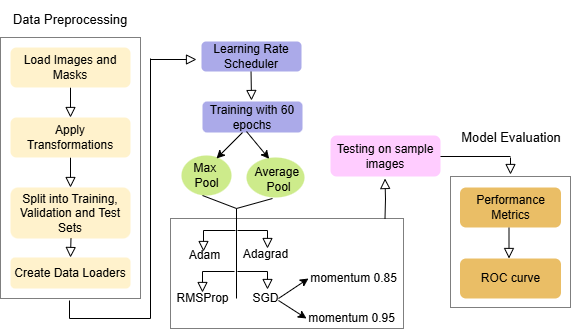
palpratik56/MASET-Net keeps this draw.io diagram as flow chart.png. Above is the earlier version. Source tidied: cells renumbered, new cells last; positions are measured from the earlier drawing's top-left corner, leaving out a move shared by most shapes.
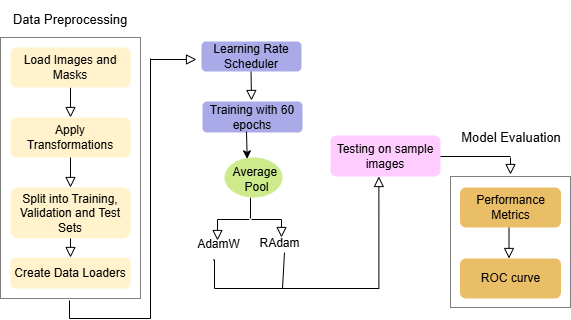
The same diagram one commit later.

What changed in the source:
```diff
@@ -2,12 +2,6 @@
   <root>
     <mxCell id="0" />
     <mxCell id="1" parent="0" />
-    <mxCell id="2" style="rounded=0;whiteSpace=wrap;html=1;fillColor=none;dashed=1;dashPattern=1 1;" parent="1" vertex="1">
-      <mxGeometry x="170" y="218" width="233" height="110" as="geometry" />
-    </mxCell>
-    <mxCell id="3" style="ellipse;whiteSpace=wrap;html=1;fillColor=#cdeb8b;strokeColor=none;" parent="1" vertex="1">
-      <mxGeometry x="181" y="155" width="50" height="40" as="geometry" />
-    </mxCell>
     <mxCell id="4" style="rounded=0;whiteSpace=wrap;html=1;fillColor=none;dashed=1;dashPattern=1 1;" parent="1" vertex="1">
       <mxGeometry y="37" width="140" height="261" as="geometry" />
     </mxCell>
@@ -79,96 +73,36 @@
     <mxCell id="22" style="edgeStyle=orthogonalEdgeStyle;rounded=0;orthogonalLoop=1;jettySize=auto;html=1;exitX=0.5;exitY=1;exitDx=0;exitDy=0;entryX=0.455;entryY=0.732;entryDx=0;entryDy=0;entryPerimeter=0;strokeColor=none;" parent="1" edge="1" source="21" target="21">
       <mxGeometry relative="1" as="geometry" />
     </mxCell>
-    <mxCell id="23" style="endArrow=classic;html=1;rounded=0;" parent="1" edge="1">
-      <mxGeometry relative="1" as="geometry">
-        <mxPoint x="242" y="132" as="sourcePoint" />
-        <mxPoint x="216" y="158" as="targetPoint" />
-      </mxGeometry>
-    </mxCell>
-    <mxCell id="24" value="Max&amp;nbsp;&lt;div&gt;Pool&lt;/div&gt;" style="text;html=1;align=center;verticalAlign=middle;strokeColor=none;fillColor=none;" parent="1" vertex="1">
-      <mxGeometry x="181" y="155" width="50" height="40" as="geometry" />
-    </mxCell>
     <mxCell id="25" style="ellipse;whiteSpace=wrap;html=1;fillColor=#cdeb8b;strokeColor=none;" parent="1" vertex="1">
-      <mxGeometry x="246" y="157" width="58" height="40" as="geometry" />
+      <mxGeometry x="224" y="157" width="58" height="40" as="geometry" />
     </mxCell>
     <mxCell id="26" value="Average&amp;nbsp;&lt;div&gt;Pool&lt;/div&gt;" style="text;html=1;align=center;verticalAlign=middle;strokeColor=none;fillColor=none;" parent="1" vertex="1">
-      <mxGeometry x="243" y="159" width="70" height="40" as="geometry" />
+      <mxGeometry x="221" y="159" width="70" height="40" as="geometry" />
     </mxCell>
     <mxCell id="27" style="endArrow=classic;html=1;rounded=0;entryX=0.391;entryY=0.034;entryDx=0;entryDy=0;entryPerimeter=0;exitX=0.44;exitY=0.968;exitDx=0;exitDy=0;exitPerimeter=0;" parent="1" edge="1" source="15" target="25">
       <mxGeometry relative="1" as="geometry" />
     </mxCell>
-    <mxCell id="28" style="endArrow=none;html=1;rounded=0;" parent="1" edge="1">
-      <mxGeometry relative="1" as="geometry">
-        <mxPoint x="236" y="208" as="sourcePoint" />
-        <mxPoint x="202" y="195" as="targetPoint" />
-      </mxGeometry>
-    </mxCell>
-    <mxCell id="29" style="endArrow=none;html=1;rounded=0;" parent="1" edge="1">
-      <mxGeometry relative="1" as="geometry">
-        <mxPoint x="236" y="208" as="sourcePoint" />
-        <mxPoint x="272" y="198" as="targetPoint" />
-      </mxGeometry>
-    </mxCell>
     <mxCell id="30" style="endArrow=none;html=1;rounded=0;" parent="1" edge="1">
       <mxGeometry relative="1" as="geometry">
-        <mxPoint x="236" y="208" as="sourcePoint" />
-        <mxPoint x="236" y="298" as="targetPoint" />
+        <mxPoint x="250" y="197" as="sourcePoint" />
+        <mxPoint x="250" y="218" as="targetPoint" />
       </mxGeometry>
     </mxCell>
     <mxCell id="31" style="rounded=0;html=1;jettySize=auto;orthogonalLoop=1;fontSize=11;endArrow=block;endFill=0;endSize=8;strokeWidth=1;shadow=0;labelBackgroundColor=none;edgeStyle=orthogonalEdgeStyle;" parent="1" edge="1">
       <mxGeometry y="20" relative="1" as="geometry">
-        <mxPoint x="237" y="230" as="sourcePoint" />
-        <mxPoint x="267" y="248" as="targetPoint" />
+        <mxPoint x="251" y="219" as="sourcePoint" />
+        <mxPoint x="281" y="237" as="targetPoint" />
       </mxGeometry>
     </mxCell>
-    <mxCell id="32" style="rounded=0;html=1;jettySize=auto;orthogonalLoop=1;fontSize=11;endArrow=block;endFill=0;endSize=8;strokeWidth=1;shadow=0;labelBackgroundColor=none;edgeStyle=orthogonalEdgeStyle;" parent="1" edge="1">
-      <mxGeometry y="20" relative="1" as="geometry">
-        <mxPoint x="237" y="271" as="sourcePoint" />
-        <mxPoint x="267" y="289" as="targetPoint" />
-      </mxGeometry>
-    </mxCell>
-    <mxCell id="33" style="rounded=0;html=1;jettySize=auto;orthogonalLoop=1;fontSize=11;endArrow=block;endFill=0;endSize=8;strokeWidth=1;shadow=0;labelBackgroundColor=none;edgeStyle=orthogonalEdgeStyle;" parent="1" edge="1">
-      <mxGeometry y="20" relative="1" as="geometry">
-        <mxPoint x="234" y="271" as="sourcePoint" />
-        <mxPoint x="202" y="292" as="targetPoint" />
-      </mxGeometry>
-    </mxCell>
     <mxCell id="34" style="rounded=0;html=1;jettySize=auto;orthogonalLoop=1;fontSize=11;endArrow=block;endFill=0;endSize=8;strokeWidth=1;shadow=0;labelBackgroundColor=none;edgeStyle=orthogonalEdgeStyle;" parent="1" edge="1">
       <mxGeometry y="20" relative="1" as="geometry">
-        <mxPoint x="235" y="230" as="sourcePoint" />
-        <mxPoint x="203" y="251" as="targetPoint" />
+        <mxPoint x="249" y="219" as="sourcePoint" />
+        <mxPoint x="217" y="240" as="targetPoint" />
       </mxGeometry>
     </mxCell>
-    <mxCell id="35" value="Adam" style="text;html=1;align=center;verticalAlign=middle;points=[];strokeColor=none;fillColor=none;" parent="1" vertex="1">
-      <mxGeometry x="179" y="240" width="50" height="30" as="geometry" />
+    <mxCell id="35" value="AdamW" style="text;html=1;align=center;verticalAlign=middle;points=[];strokeColor=none;fillColor=none;" parent="1" vertex="1">
+      <mxGeometry x="183" y="229" width="70" height="30" as="geometry" />
     </mxCell>
-    <mxCell id="36" value="Adagrad" style="text;html=1;align=center;verticalAlign=middle;strokeColor=none;fillColor=none;" parent="1" vertex="1">
-      <mxGeometry x="230" y="239" width="70" height="30" as="geometry" />
-    </mxCell>
-    <mxCell id="37" value="RMSProp" style="text;html=1;align=center;verticalAlign=middle;strokeColor=none;fillColor=none;" parent="1" vertex="1">
-      <mxGeometry x="162" y="283" width="80" height="30" as="geometry" />
-    </mxCell>
-    <mxCell id="38" value="SGD" style="text;html=1;align=center;verticalAlign=middle;strokeColor=none;fillColor=none;" parent="1" vertex="1">
-      <mxGeometry x="240" y="283" width="50" height="30" as="geometry" />
-    </mxCell>
-    <mxCell id="39" style="endArrow=classic;html=1;rounded=0;" parent="1" edge="1">
-      <mxGeometry relative="1" as="geometry">
-        <mxPoint x="278" y="298" as="sourcePoint" />
-        <mxPoint x="308" y="278" as="targetPoint" />
-      </mxGeometry>
-    </mxCell>
-    <mxCell id="40" style="endArrow=classic;html=1;rounded=0;" parent="1" edge="1">
-      <mxGeometry relative="1" as="geometry">
-        <mxPoint x="278" y="300" as="sourcePoint" />
-        <mxPoint x="306" y="318" as="targetPoint" />
-      </mxGeometry>
-    </mxCell>
-    <mxCell id="41" value="momentum&amp;nbsp;&lt;span style=&quot;color: rgba(0, 0, 0, 0); font-family: monospace; font-size: 0px; text-align: start;&quot;&gt;%3CmxGraphModel%3E%3Croot%3E%3CmxCell%20id%3D%220%22%2F%3E%3CmxCell%20id%3D%221%22%20parent%3D%220%22%2F%3E%3CmxCell%20id%3D%222%22%20value%3D%22%22%20style%3D%22endArrow%3Dclassic%3Bhtml%3D1%3Brounded%3D0%3B%22%20edge%3D%221%22%20parent%3D%221%22%3E%3CmxGeometry%20width%3D%2250%22%20height%3D%2250%22%20relative%3D%221%22%20as%3D%22geometry%22%3E%3CmxPoint%20x%3D%22292%22%20y%3D%22300%22%20as%3D%22sourcePoint%22%2F%3E%3CmxPoint%20x%3D%22322%22%20y%3D%22280%22%20as%3D%22targetPoint%22%2F%3E%3C%2FmxGeometry%3E%3C%2FmxCell%3E%3C%2Froot%3E%3C%2FmxGraphModel%3E&lt;/span&gt;0.85" style="text;html=1;align=center;verticalAlign=middle;strokeColor=none;fillColor=none;" parent="1" vertex="1">
-      <mxGeometry x="298" y="263" width="110" height="30" as="geometry" />
-    </mxCell>
-    <mxCell id="42" value="momentum&amp;nbsp;&lt;span style=&quot;color: rgba(0, 0, 0, 0); font-family: monospace; font-size: 0px; text-align: start;&quot;&gt;%3CmxGraphModel%3E%3Croot%3E%3CmxCell%20id%3D%220%22%2F%3E%3CmxCell%20id%3D%221%22%20parent%3D%220%22%2F%3E%3CmxCell%20id%3D%222%22%20value%3D%22%22%20style%3D%22endArrow%3Dclassic%3Bhtml%3D1%3Brounded%3D0%3B%22%20edge%3D%221%22%20parent%3D%221%22%3E%3CmxGeometry%20width%3D%2250%22%20height%3D%2250%22%20relative%3D%221%22%20as%3D%22geometry%22%3E%3CmxPoint%20x%3D%22292%22%20y%3D%22300%22%20as%3D%22sourcePoint%22%2F%3E%3CmxPoint%20x%3D%22322%22%20y%3D%22280%22%20as%3D%22targetPoint%22%2F%3E%3C%2FmxGeometry%3E%3C%2FmxCell%3E%3C%2Froot%3E%3C%2FmxGraphModel%3E&lt;/span&gt;0.95" style="text;html=1;align=center;verticalAlign=middle;strokeColor=none;fillColor=none;" parent="1" vertex="1">
-      <mxGeometry x="296" y="303" width="110" height="30" as="geometry" />
-    </mxCell>
     <mxCell id="43" style="endArrow=none;html=1;rounded=0;" parent="1" edge="1">
       <mxGeometry relative="1" as="geometry">
         <mxPoint x="150" y="58" as="sourcePoint" />
@@ -185,10 +119,13 @@
         <mxPoint x="196" y="59" as="targetPoint" />
       </mxGeometry>
     </mxCell>
-    <mxCell id="45" style="rounded=0;html=1;jettySize=auto;orthogonalLoop=1;fontSize=11;endArrow=block;endFill=0;endSize=8;strokeWidth=1;shadow=0;labelBackgroundColor=none;edgeStyle=orthogonalEdgeStyle;" parent="1" edge="1">
+    <mxCell id="45" style="rounded=0;html=1;jettySize=auto;fontSize=11;endArrow=block;endFill=0;endSize=8;strokeWidth=1;shadow=0;labelBackgroundColor=none;edgeStyle=orthogonalEdgeStyle;exitX=0.423;exitY=1.015;exitDx=0;exitDy=0;exitPerimeter=0;" parent="1" edge="1" source="35">
       <mxGeometry x="0.33" y="20" relative="1" as="geometry">
-        <mxPoint x="384.5" y="218" as="sourcePoint" />
-        <mxPoint x="384.5" y="178" as="targetPoint" />
+        <mxPoint x="378.4" y="176" as="targetPoint" />
+        <Array as="points">
+          <mxPoint x="214" y="288" />
+          <mxPoint x="378" y="288" />
+        </Array>
       </mxGeometry>
     </mxCell>
     <mxCell id="46" style="endArrow=none;html=1;rounded=0;" parent="1" edge="1">
@@ -203,5 +140,14 @@
         <mxPoint x="510" y="174" as="targetPoint" />
       </mxGeometry>
     </mxCell>
+    <mxCell id="36" value="RAdam" style="text;html=1;align=center;verticalAlign=middle;strokeColor=none;fillColor=none;" parent="1" vertex="1">
+      <mxGeometry x="249" y="228" width="60" height="30" as="geometry" />
+    </mxCell>
+    <mxCell id="48" style="endArrow=none;html=1;rounded=0;" parent="1" edge="1">
+      <mxGeometry relative="1" as="geometry">
+        <mxPoint x="284" y="252" as="sourcePoint" />
+        <mxPoint x="282" y="288" as="targetPoint" />
+      </mxGeometry>
+    </mxCell>
   </root>
 </mxGraphModel>
```
